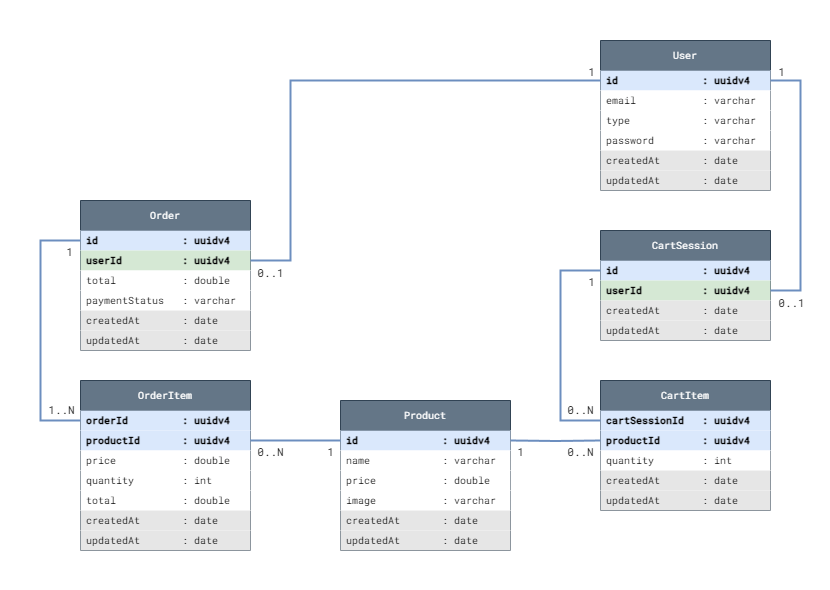
Before: server/model_diagram.png, a diagram exported from draw.io (MortredN/vnpay-nextjs-express-demo). Source tidied: cells renumbered, new cells last; positions are measured from the earlier drawing's top-left corner, leaving out a move shared by most shapes.
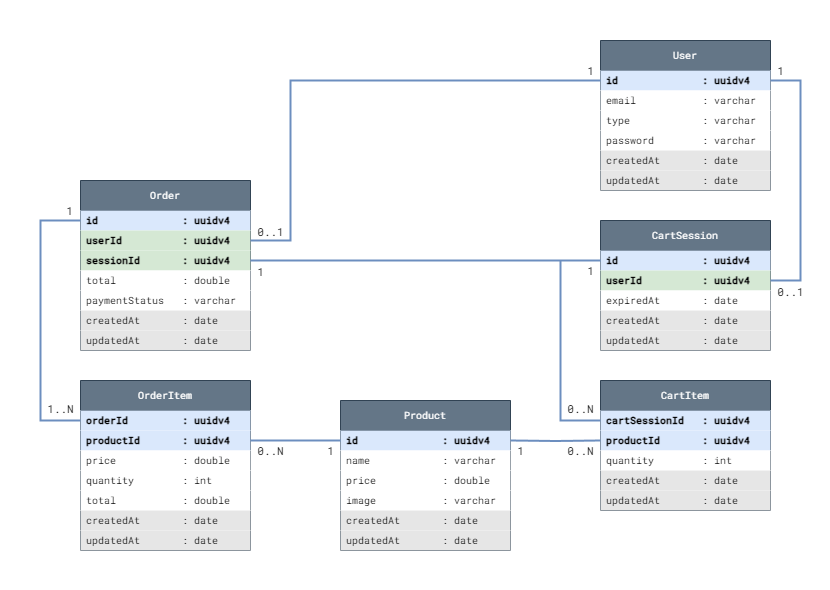
After the commit.

Commit message:
update model diagram and setup auth

The edit, as a diff of the source:
```diff
@@ -48,7 +48,7 @@
       <mxGeometry y="130" width="170" height="20" as="geometry" />
     </mxCell>
     <mxCell id="17" value="CartSession" style="swimlane;fontStyle=0;horizontal=1;startSize=30;whiteSpace=wrap;html=1;fillColor=#647687;strokeColor=#314354;fontColor=#ffffff;fontFamily=Roboto Mono;fontSource=https%3A%2F%2Ffonts.googleapis.com%2Fcss%3Ffamily%3DRoboto%2BMono;fontSize=10;" parent="1" vertex="1">
-      <mxGeometry x="600" y="230" width="170" height="110" as="geometry" />
+      <mxGeometry x="600" y="220" width="170" height="130" as="geometry" />
     </mxCell>
     <mxCell id="18" value="id&lt;span style=&quot;white-space: pre; font-size: 10px;&quot;&gt;&#9;&lt;/span&gt;&lt;span style=&quot;white-space: pre; font-size: 10px;&quot;&gt;&#9;&lt;/span&gt;: uuidv4" style="text;strokeColor=none;fillColor=#dae8fc;align=left;verticalAlign=middle;spacingLeft=4;spacingRight=4;overflow=hidden;points=[[0,0.5],[1,0.5]];portConstraint=eastwest;whiteSpace=wrap;html=1;fontStyle=1;fontFamily=Roboto Mono;fontSource=https%3A%2F%2Ffonts.googleapis.com%2Fcss%3Ffamily%3DRoboto%2BMono;fontSize=10;" parent="17" vertex="1">
       <mxGeometry y="30" width="170" height="20" as="geometry" />
@@ -56,11 +56,14 @@
     <mxCell id="19" value="userId&lt;span style=&quot;white-space: pre;&quot;&gt;&#9;&lt;/span&gt;&lt;span style=&quot;white-space: pre;&quot;&gt;&#9;&lt;/span&gt;: uuidv4" style="text;align=left;verticalAlign=middle;spacingLeft=4;spacingRight=4;overflow=hidden;points=[[0,0.5],[1,0.5]];portConstraint=eastwest;whiteSpace=wrap;html=1;fillColor=#d5e8d4;fontFamily=Roboto Mono;fontSource=https%3A%2F%2Ffonts.googleapis.com%2Fcss%3Ffamily%3DRoboto%2BMono;fontSize=10;strokeColor=none;fontStyle=1;" parent="17" vertex="1">
       <mxGeometry y="50" width="170" height="20" as="geometry" />
     </mxCell>
+    <mxCell id="61" value="expiredAt&lt;span style=&quot;white-space: pre;&quot;&gt;&#9;&lt;/span&gt;: date" style="text;align=left;verticalAlign=middle;spacingLeft=4;spacingRight=4;overflow=hidden;whiteSpace=wrap;html=1;fillColor=default;fontFamily=Roboto Mono;fontSource=https%3A%2F%2Ffonts.googleapis.com%2Fcss%3Ffamily%3DRoboto%2BMono;fontSize=10;" parent="17" vertex="1">
+      <mxGeometry y="70" width="170" height="20" as="geometry" />
+    </mxCell>
     <mxCell id="20" value="createdAt&lt;span style=&quot;white-space: pre; font-size: 10px;&quot;&gt;&#9;&lt;/span&gt;: date" style="text;align=left;verticalAlign=middle;spacingLeft=4;spacingRight=4;overflow=hidden;whiteSpace=wrap;html=1;fillColor=#E6E6E6;fontFamily=Roboto Mono;fontSource=https%3A%2F%2Ffonts.googleapis.com%2Fcss%3Ffamily%3DRoboto%2BMono;fontSize=10;" parent="17" vertex="1">
-      <mxGeometry y="70" width="170" height="20" as="geometry" />
+      <mxGeometry y="90" width="170" height="20" as="geometry" />
     </mxCell>
     <mxCell id="21" value="updatedAt&lt;span style=&quot;white-space: pre; font-size: 10px;&quot;&gt;&#9;&lt;/span&gt;: date" style="text;align=left;verticalAlign=middle;spacingLeft=4;spacingRight=4;overflow=hidden;whiteSpace=wrap;html=1;fillColor=#E6E6E6;fontFamily=Roboto Mono;fontSource=https%3A%2F%2Ffonts.googleapis.com%2Fcss%3Ffamily%3DRoboto%2BMono;fontSize=10;" parent="17" vertex="1">
-      <mxGeometry y="90" width="170" height="20" as="geometry" />
+      <mxGeometry y="110" width="170" height="20" as="geometry" />
     </mxCell>
     <mxCell id="22" value="CartItem" style="swimlane;fontStyle=0;horizontal=1;startSize=30;whiteSpace=wrap;html=1;fillColor=#647687;strokeColor=#314354;fontColor=#ffffff;fontFamily=Roboto Mono;fontSource=https%3A%2F%2Ffonts.googleapis.com%2Fcss%3Ffamily%3DRoboto%2BMono;fontSize=10;" parent="1" vertex="1">
       <mxGeometry x="600" y="380" width="170" height="130" as="geometry" />
@@ -85,24 +88,25 @@
         <mxPoint x="510" y="440" as="sourcePoint" />
       </mxGeometry>
     </mxCell>
-    <mxCell id="29" style="edgeStyle=orthogonalEdgeStyle;rounded=0;jettySize=auto;html=1;entryX=0;entryY=0.5;entryDx=0;entryDy=0;endArrow=none;endFill=0;fillColor=#dae8fc;strokeColor=#6c8ebf;strokeWidth=2;" parent="1" edge="1" source="18" target="23">
+    <mxCell id="29" style="edgeStyle=orthogonalEdgeStyle;rounded=0;jettySize=auto;html=1;entryX=0;entryY=0.5;entryDx=0;entryDy=0;endArrow=none;endFill=0;fillColor=#dae8fc;strokeColor=#6c8ebf;strokeWidth=2;" parent="1" edge="1" target="23">
       <mxGeometry relative="1" as="geometry">
+        <mxPoint x="560" y="260" as="sourcePoint" />
         <Array as="points">
-          <mxPoint x="560" y="270" />
+          <mxPoint x="560" y="260" />
           <mxPoint x="560" y="420" />
         </Array>
       </mxGeometry>
     </mxCell>
     <mxCell id="30" value="1" style="edgeLabel;html=1;align=center;verticalAlign=middle;fontFamily=Roboto Mono;fontSource=https%3A%2F%2Ffonts.googleapis.com%2Fcss%3Ffamily%3DRoboto%2BMono;labelBackgroundColor=none;" parent="29" vertex="1">
       <mxGeometry x="-0.85" y="-2" relative="1" as="geometry">
-        <mxPoint x="7" y="12" as="offset" />
+        <mxPoint x="32" y="-5" as="offset" />
       </mxGeometry>
     </mxCell>
     <mxCell id="31" style="edgeStyle=orthogonalEdgeStyle;rounded=0;jettySize=auto;html=1;entryX=1;entryY=0.5;entryDx=0;entryDy=0;endArrow=none;endFill=0;fillColor=#dae8fc;strokeColor=#6c8ebf;strokeWidth=2;" parent="1" edge="1" source="11" target="19">
       <mxGeometry relative="1" as="geometry">
         <Array as="points">
           <mxPoint x="800" y="80" />
-          <mxPoint x="800" y="290" />
+          <mxPoint x="800" y="280" />
         </Array>
       </mxGeometry>
     </mxCell>
@@ -116,7 +120,7 @@
       <mxGeometry x="580" y="408" as="geometry" />
     </mxCell>
     <mxCell id="35" value="0..1" style="edgeLabel;html=1;align=center;verticalAlign=middle;fontFamily=Roboto Mono;fontSource=https%3A%2F%2Ffonts.googleapis.com%2Fcss%3Ffamily%3DRoboto%2BMono;labelBackgroundColor=none;" parent="1" vertex="1">
-      <mxGeometry x="790" y="300" as="geometry">
+      <mxGeometry x="790" y="290" as="geometry">
         <mxPoint y="1" as="offset" />
       </mxGeometry>
     </mxCell>
@@ -124,7 +128,7 @@
       <mxGeometry x="780" y="70" as="geometry" />
     </mxCell>
     <mxCell id="37" value="Order" style="swimlane;fontStyle=0;horizontal=1;startSize=30;whiteSpace=wrap;html=1;fillColor=#647687;strokeColor=#314354;fontColor=#ffffff;fontFamily=Roboto Mono;fontSource=https%3A%2F%2Ffonts.googleapis.com%2Fcss%3Ffamily%3DRoboto%2BMono;fontSize=10;" parent="1" vertex="1">
-      <mxGeometry x="80" y="200" width="170" height="150" as="geometry" />
+      <mxGeometry x="80" y="180" width="170" height="170" as="geometry" />
     </mxCell>
     <mxCell id="38" value="id&lt;span style=&quot;white-space: pre; font-size: 10px;&quot;&gt;&#9;&lt;span style=&quot;white-space: pre;&quot;&gt;&#9;&lt;/span&gt;&lt;/span&gt;: uuidv4" style="text;strokeColor=none;fillColor=#dae8fc;align=left;verticalAlign=middle;spacingLeft=4;spacingRight=4;overflow=hidden;whiteSpace=wrap;html=1;fontStyle=1;fontFamily=Roboto Mono;fontSource=https%3A%2F%2Ffonts.googleapis.com%2Fcss%3Ffamily%3DRoboto%2BMono;fontSize=10;" parent="37" vertex="1">
       <mxGeometry y="30" width="170" height="20" as="geometry" />
@@ -132,17 +136,20 @@
     <mxCell id="39" value="userId&lt;span style=&quot;white-space: pre;&quot;&gt;&#9;&lt;/span&gt;&lt;span style=&quot;white-space: pre;&quot;&gt;&#9;&lt;/span&gt;: uuidv4" style="text;align=left;verticalAlign=middle;spacingLeft=4;spacingRight=4;overflow=hidden;whiteSpace=wrap;html=1;fillColor=#d5e8d4;fontFamily=Roboto Mono;fontSource=https%3A%2F%2Ffonts.googleapis.com%2Fcss%3Ffamily%3DRoboto%2BMono;fontSize=10;strokeColor=none;fontStyle=1;" parent="37" vertex="1">
       <mxGeometry y="50" width="170" height="20" as="geometry" />
     </mxCell>
+    <mxCell id="62" value="sessionId&lt;span style=&quot;white-space: pre;&quot;&gt;&#9;&lt;/span&gt;: uuidv4" style="text;align=left;verticalAlign=middle;spacingLeft=4;spacingRight=4;overflow=hidden;points=[[0,0.5],[1,0.5]];portConstraint=eastwest;whiteSpace=wrap;html=1;fillColor=#d5e8d4;fontFamily=Roboto Mono;fontSource=https%3A%2F%2Ffonts.googleapis.com%2Fcss%3Ffamily%3DRoboto%2BMono;fontSize=10;strokeColor=none;fontStyle=1;" parent="37" vertex="1">
+      <mxGeometry y="70" width="170" height="20" as="geometry" />
+    </mxCell>
     <mxCell id="40" value="total&lt;span style=&quot;white-space: pre;&quot;&gt;&#9;&lt;/span&gt;&lt;span style=&quot;white-space: pre;&quot;&gt;&#9;&lt;/span&gt;: double" style="text;align=left;verticalAlign=middle;spacingLeft=4;spacingRight=4;overflow=hidden;whiteSpace=wrap;html=1;fillColor=default;fontFamily=Roboto Mono;fontSource=https%3A%2F%2Ffonts.googleapis.com%2Fcss%3Ffamily%3DRoboto%2BMono;fontSize=10;" parent="37" vertex="1">
-      <mxGeometry y="70" width="170" height="20" as="geometry" />
+      <mxGeometry y="90" width="170" height="20" as="geometry" />
     </mxCell>
     <mxCell id="41" value="paymentStatus&lt;span style=&quot;white-space: pre;&quot;&gt;&#9;&lt;/span&gt;: varchar" style="text;align=left;verticalAlign=middle;spacingLeft=4;spacingRight=4;overflow=hidden;whiteSpace=wrap;html=1;fillColor=default;fontFamily=Roboto Mono;fontSource=https%3A%2F%2Ffonts.googleapis.com%2Fcss%3Ffamily%3DRoboto%2BMono;fontSize=10;" parent="37" vertex="1">
-      <mxGeometry y="90" width="170" height="20" as="geometry" />
+      <mxGeometry y="110" width="170" height="20" as="geometry" />
     </mxCell>
     <mxCell id="42" value="createdAt&lt;span style=&quot;white-space: pre; font-size: 10px;&quot;&gt;&#9;&lt;/span&gt;: date" style="text;align=left;verticalAlign=middle;spacingLeft=4;spacingRight=4;overflow=hidden;whiteSpace=wrap;html=1;fillColor=#E6E6E6;fontFamily=Roboto Mono;fontSource=https%3A%2F%2Ffonts.googleapis.com%2Fcss%3Ffamily%3DRoboto%2BMono;fontSize=10;" parent="37" vertex="1">
-      <mxGeometry y="110" width="170" height="20" as="geometry" />
+      <mxGeometry y="130" width="170" height="20" as="geometry" />
     </mxCell>
     <mxCell id="43" value="updatedAt&lt;span style=&quot;white-space: pre; font-size: 10px;&quot;&gt;&#9;&lt;/span&gt;: date" style="text;align=left;verticalAlign=middle;spacingLeft=4;spacingRight=4;overflow=hidden;whiteSpace=wrap;html=1;fillColor=#E6E6E6;fontFamily=Roboto Mono;fontSource=https%3A%2F%2Ffonts.googleapis.com%2Fcss%3Ffamily%3DRoboto%2BMono;fontSize=10;" parent="37" vertex="1">
-      <mxGeometry y="130" width="170" height="20" as="geometry" />
+      <mxGeometry y="150" width="170" height="20" as="geometry" />
     </mxCell>
     <mxCell id="44" value="OrderItem" style="swimlane;fontStyle=0;horizontal=1;startSize=30;whiteSpace=wrap;html=1;fillColor=#647687;strokeColor=#314354;fontColor=#ffffff;fontFamily=Roboto Mono;fontSource=https%3A%2F%2Ffonts.googleapis.com%2Fcss%3Ffamily%3DRoboto%2BMono;fontSize=10;" parent="1" vertex="1">
       <mxGeometry x="80" y="380" width="170" height="170" as="geometry" />
@@ -176,17 +183,18 @@
     </mxCell>
     <mxCell id="53" style="edgeStyle=orthogonalEdgeStyle;rounded=0;orthogonalLoop=1;jettySize=auto;html=1;entryX=0;entryY=0.5;entryDx=0;entryDy=0;endArrow=none;endFill=0;fillColor=#dae8fc;strokeColor=#6c8ebf;strokeWidth=2;" parent="1" edge="1">
       <mxGeometry relative="1" as="geometry">
-        <mxPoint x="80" y="240" as="sourcePoint" />
+        <mxPoint x="80" y="220" as="sourcePoint" />
         <mxPoint x="80" y="420" as="targetPoint" />
         <Array as="points">
-          <mxPoint x="40" y="240" />
+          <mxPoint x="80" y="220" />
+          <mxPoint x="40" y="220" />
           <mxPoint x="40" y="420" />
         </Array>
       </mxGeometry>
     </mxCell>
     <mxCell id="54" value="1" style="edgeLabel;html=1;align=center;verticalAlign=middle;fontFamily=Roboto Mono;fontSource=https%3A%2F%2Ffonts.googleapis.com%2Fcss%3Ffamily%3DRoboto%2BMono;labelBackgroundColor=none;" parent="53" vertex="1">
       <mxGeometry x="-0.85" y="-2" relative="1" as="geometry">
-        <mxPoint x="7" y="12" as="offset" />
+        <mxPoint x="9" y="-8" as="offset" />
       </mxGeometry>
     </mxCell>
     <mxCell id="55" value="1..N" style="edgeLabel;html=1;align=center;verticalAlign=middle;fontFamily=Roboto Mono;fontSource=https%3A%2F%2Ffonts.googleapis.com%2Fcss%3Ffamily%3DRoboto%2BMono;labelBackgroundColor=none;" parent="1" vertex="1">
@@ -198,22 +206,36 @@
     <mxCell id="57" value="0..N" style="edgeLabel;html=1;align=center;verticalAlign=middle;fontFamily=Roboto Mono;fontSource=https%3A%2F%2Ffonts.googleapis.com%2Fcss%3Ffamily%3DRoboto%2BMono;labelBackgroundColor=none;" parent="1" vertex="1">
       <mxGeometry x="270" y="450" as="geometry" />
     </mxCell>
-    <mxCell id="58" style="edgeStyle=orthogonalEdgeStyle;rounded=0;jettySize=auto;html=1;entryX=1;entryY=0.5;entryDx=0;entryDy=0;endArrow=none;endFill=0;fillColor=#dae8fc;strokeColor=#6c8ebf;strokeWidth=2;exitX=0;exitY=0.5;exitDx=0;exitDy=0;" parent="1" edge="1" source="11">
+    <mxCell id="58" style="edgeStyle=orthogonalEdgeStyle;rounded=0;jettySize=auto;html=1;endArrow=none;endFill=0;fillColor=#dae8fc;strokeColor=#6c8ebf;strokeWidth=2;exitX=0;exitY=0.5;exitDx=0;exitDy=0;" parent="1" edge="1" source="11">
       <mxGeometry relative="1" as="geometry">
-        <mxPoint x="250" y="260" as="targetPoint" />
+        <mxPoint x="250" y="240" as="targetPoint" />
         <Array as="points">
           <mxPoint x="290" y="80" />
-          <mxPoint x="290" y="260" />
+          <mxPoint x="290" y="240" />
+          <mxPoint x="250" y="240" />
         </Array>
       </mxGeometry>
     </mxCell>
     <mxCell id="59" value="0..1" style="edgeLabel;html=1;align=center;verticalAlign=middle;fontFamily=Roboto Mono;fontSource=https%3A%2F%2Ffonts.googleapis.com%2Fcss%3Ffamily%3DRoboto%2BMono;labelBackgroundColor=none;" parent="1" vertex="1">
-      <mxGeometry x="270" y="270" as="geometry">
+      <mxGeometry x="270" y="230" as="geometry">
         <mxPoint y="1" as="offset" />
       </mxGeometry>
     </mxCell>
     <mxCell id="60" value="1" style="edgeLabel;html=1;align=center;verticalAlign=middle;fontFamily=Roboto Mono;fontSource=https%3A%2F%2Ffonts.googleapis.com%2Fcss%3Ffamily%3DRoboto%2BMono;labelBackgroundColor=none;" parent="1" vertex="1">
       <mxGeometry x="590" y="70" as="geometry" />
     </mxCell>
+    <mxCell id="63" style="edgeStyle=orthogonalEdgeStyle;rounded=0;jettySize=auto;html=1;endArrow=none;endFill=0;fillColor=#dae8fc;strokeColor=#6c8ebf;strokeWidth=2;exitX=0;exitY=0.5;exitDx=0;exitDy=0;entryX=1;entryY=0.5;entryDx=0;entryDy=0;" parent="1" edge="1" source="18" target="62">
+      <mxGeometry relative="1" as="geometry">
+        <Array as="points">
+          <mxPoint x="580" y="260" />
+          <mxPoint x="580" y="260" />
+        </Array>
+      </mxGeometry>
+    </mxCell>
+    <mxCell id="64" value="1" style="edgeLabel;html=1;align=center;verticalAlign=middle;fontFamily=Roboto Mono;fontSource=https%3A%2F%2Ffonts.googleapis.com%2Fcss%3Ffamily%3DRoboto%2BMono;labelBackgroundColor=none;" parent="1" vertex="1">
+      <mxGeometry x="260" y="270" as="geometry">
+        <mxPoint y="1" as="offset" />
+      </mxGeometry>
+    </mxCell>
   </root>
 </mxGraphModel>
```
